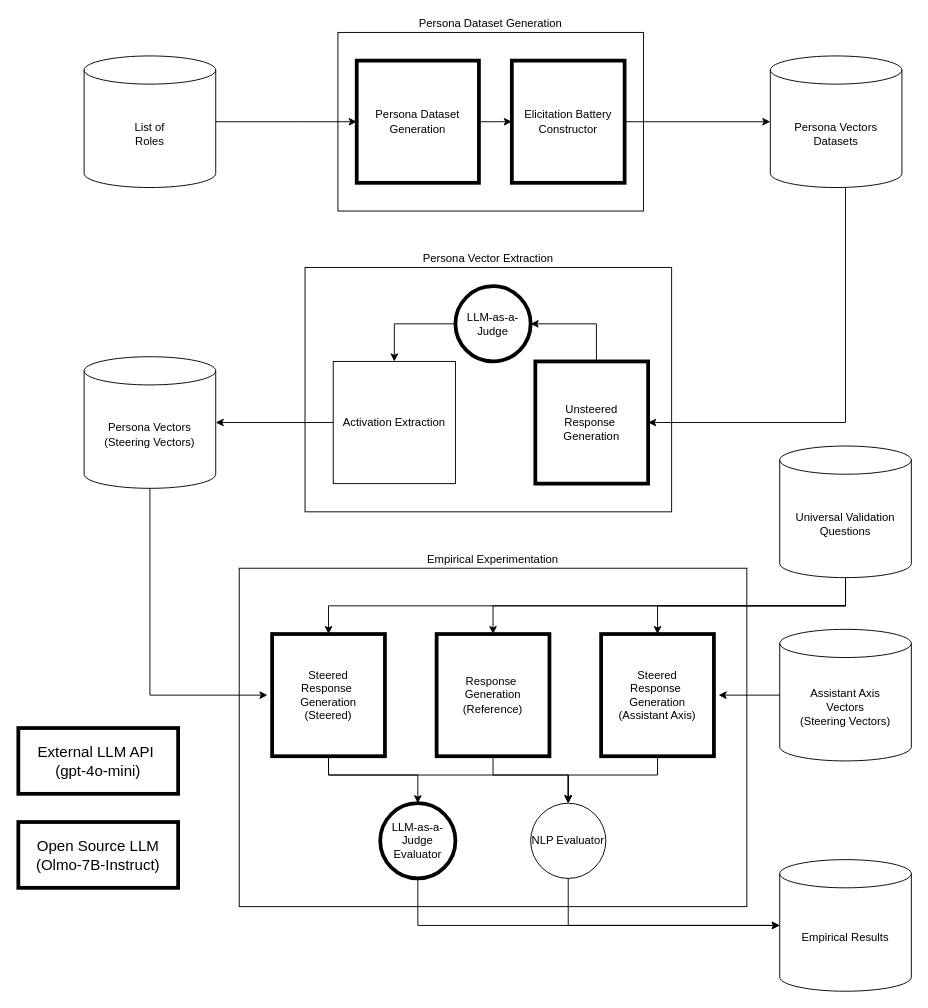
Before: persona_vector_pipeline.drawio in HCAI-Lab-GT/casting-call-vectors, a draw.io diagram. Source tidied: cells renumbered, new cells numbered last; positions are measured from the earlier drawing's top-left corner, leaving out a move shared by most shapes. Both pictures are drawn from the tidied source at 94%, with x=0, y=0 at pixel (18, 32).
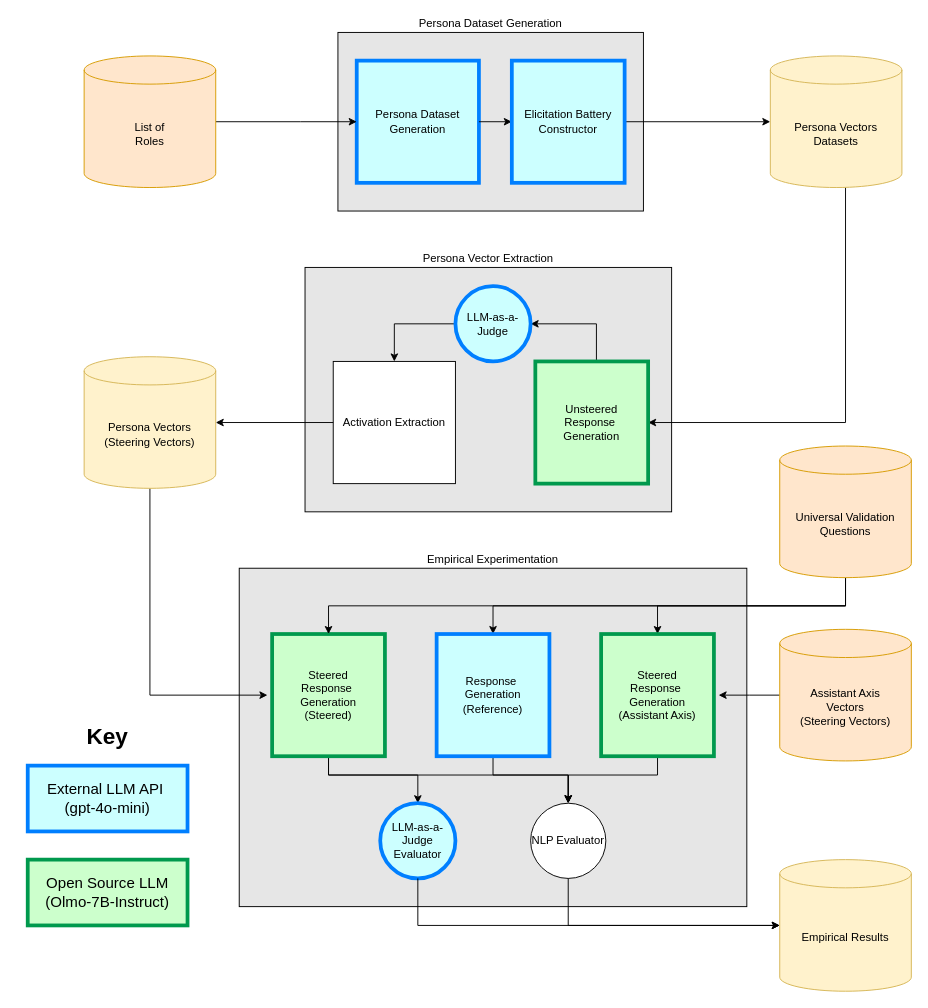
The same page after the edit.

Diff of the diagram source:
```diff
@@
+    <mxCell id="11" value="Persona Vector Extraction" style="rounded=0;whiteSpace=wrap;html=1;fillColor=#E6E6E6;labelPosition=center;verticalLabelPosition=top;align=center;verticalAlign=bottom;" parent="1" vertex="1">
+      <mxGeometry x="305" y="250" width="390" height="260" as="geometry" />
+    </mxCell>
+    <mxCell id="20" value="Empirical Experimentation" style="rounded=0;whiteSpace=wrap;html=1;fillColor=#E6E6E6;labelPosition=center;verticalLabelPosition=top;align=center;verticalAlign=bottom;" parent="1" vertex="1">
+      <mxGeometry x="235" y="570" width="540" height="360" as="geometry" />
+    </mxCell>
-    <mxCell id="2" value="Persona Dataset Generation" style="rounded=0;whiteSpace=wrap;html=1;fillColor=none;labelPosition=center;verticalLabelPosition=top;align=center;verticalAlign=bottom;" parent="1" vertex="1">
+    <mxCell id="2" value="Persona Dataset Generation" style="rounded=0;whiteSpace=wrap;html=1;fillColor=#E6E6E6;labelPosition=center;verticalLabelPosition=top;align=center;verticalAlign=bottom;" parent="1" vertex="1">
       <mxGeometry x="340" width="325" height="190" as="geometry" />
     </mxCell>
-    <mxCell id="3" value="Persona Dataset Generation" style="rounded=0;whiteSpace=wrap;html=1;verticalAlign=middle;labelBackgroundColor=none;strokeWidth=4;strokeColor=light-dark(#000000,#66FFFF);" parent="1" vertex="1">
+    <mxCell id="3" value="Persona Dataset Generation" style="rounded=0;whiteSpace=wrap;html=1;verticalAlign=middle;labelBackgroundColor=none;strokeWidth=4;strokeColor=light-dark(#007FFF,#66FFFF);fillColor=#CCFFFF;" parent="1" vertex="1">
       <mxGeometry x="360" y="30" width="130" height="130" as="geometry" />
     </mxCell>
@@
-    <mxCell id="5" value="&lt;div&gt;List of&lt;/div&gt;&lt;div&gt;Roles&lt;/div&gt;" style="shape=cylinder3;whiteSpace=wrap;html=1;boundedLbl=1;backgroundOutline=1;size=15;" parent="1" vertex="1">
+    <mxCell id="5" value="&lt;div&gt;List of&lt;/div&gt;&lt;div&gt;Roles&lt;/div&gt;" style="shape=cylinder3;whiteSpace=wrap;html=1;boundedLbl=1;backgroundOutline=1;size=15;fillColor=#ffe6cc;strokeColor=#d79b00;" parent="1" vertex="1">
       <mxGeometry x="70" y="25" width="140" height="140" as="geometry" />
     </mxCell>
@@
-    <mxCell id="8" value="&lt;div&gt;Elicitation Battery&lt;/div&gt;&lt;div&gt;Constructor&lt;/div&gt;" style="rounded=0;whiteSpace=wrap;html=1;strokeWidth=4;strokeColor=light-dark(#000000,#66FFFF);" parent="1" vertex="1">
+    <mxCell id="8" value="&lt;div&gt;Elicitation Battery&lt;/div&gt;&lt;div&gt;Constructor&lt;/div&gt;" style="rounded=0;whiteSpace=wrap;html=1;strokeWidth=4;strokeColor=light-dark(#007FFF,#66FFFF);fillColor=#CCFFFF;" parent="1" vertex="1">
       <mxGeometry x="525" y="30" width="120" height="130" as="geometry" />
     </mxCell>
@@
-    <mxCell id="10" value="&lt;div&gt;Persona Vectors&lt;/div&gt;&lt;div&gt;Datasets&lt;/div&gt;" style="shape=cylinder3;whiteSpace=wrap;html=1;boundedLbl=1;backgroundOutline=1;size=15;" parent="1" vertex="1">
+    <mxCell id="10" value="&lt;div&gt;Persona Vectors&lt;/div&gt;&lt;div&gt;Datasets&lt;/div&gt;" style="shape=cylinder3;whiteSpace=wrap;html=1;boundedLbl=1;backgroundOutline=1;size=15;fillColor=#fff2cc;strokeColor=#d6b656;" parent="1" vertex="1">
       <mxGeometry x="800" y="25" width="140" height="140" as="geometry" />
     </mxCell>
-    <mxCell id="11" value="Persona Vector Extraction" style="rounded=0;whiteSpace=wrap;html=1;fillColor=none;labelPosition=center;verticalLabelPosition=top;align=center;verticalAlign=bottom;" parent="1" vertex="1">
-      <mxGeometry x="305" y="250" width="390" height="260" as="geometry" />
-    </mxCell>
@@
-    <mxCell id="14" value="&lt;div&gt;Unsteered&lt;/div&gt;&lt;div&gt;Response&amp;nbsp;&lt;/div&gt;&lt;div&gt;Generation&lt;/div&gt;" style="rounded=0;whiteSpace=wrap;html=1;strokeWidth=4;strokeColor=light-dark(#000000,#66FFB3);" parent="1" vertex="1">
+    <mxCell id="14" value="&lt;div&gt;Unsteered&lt;/div&gt;&lt;div&gt;Response&amp;nbsp;&lt;/div&gt;&lt;div&gt;Generation&lt;/div&gt;" style="rounded=0;whiteSpace=wrap;html=1;strokeWidth=4;strokeColor=light-dark(#00994D,#66FFB3);fillColor=#CCFFCC;" parent="1" vertex="1">
       <mxGeometry x="550" y="350" width="120" height="130" as="geometry" />
     </mxCell>
@@
-    <mxCell id="16" value="&lt;div&gt;Persona Vectors&lt;/div&gt;&lt;div&gt;(Steering Vectors)&lt;/div&gt;" style="shape=cylinder3;whiteSpace=wrap;html=1;boundedLbl=1;backgroundOutline=1;size=15;" parent="1" vertex="1">
+    <mxCell id="16" value="&lt;div&gt;Persona Vectors&lt;/div&gt;&lt;div&gt;(Steering Vectors)&lt;/div&gt;" style="shape=cylinder3;whiteSpace=wrap;html=1;boundedLbl=1;backgroundOutline=1;size=15;fillColor=#fff2cc;strokeColor=#d6b656;" parent="1" vertex="1">
       <mxGeometry x="70" y="345" width="140" height="140" as="geometry" />
     </mxCell>
@@
-    <mxCell id="19" value="&lt;div&gt;Assistant Axis&lt;/div&gt;&lt;div&gt;Vectors&lt;/div&gt;&lt;div&gt;(Steering Vectors)&lt;/div&gt;" style="shape=cylinder3;whiteSpace=wrap;html=1;boundedLbl=1;backgroundOutline=1;size=15;" parent="1" vertex="1">
+    <mxCell id="19" value="&lt;div&gt;Assistant Axis&lt;/div&gt;&lt;div&gt;Vectors&lt;/div&gt;&lt;div&gt;(Steering Vectors)&lt;/div&gt;" style="shape=cylinder3;whiteSpace=wrap;html=1;boundedLbl=1;backgroundOutline=1;size=15;fillColor=#ffe6cc;strokeColor=#d79b00;" parent="1" vertex="1">
       <mxGeometry x="810" y="635" width="140" height="140" as="geometry" />
     </mxCell>
-    <mxCell id="20" value="Empirical Experimentation" style="rounded=0;whiteSpace=wrap;html=1;fillColor=none;labelPosition=center;verticalLabelPosition=top;align=center;verticalAlign=bottom;" parent="1" vertex="1">
-      <mxGeometry x="235" y="570" width="540" height="360" as="geometry" />
-    </mxCell>
@@
-    <mxCell id="23" value="&lt;div&gt;Steered&lt;/div&gt;&lt;div&gt;Response&amp;nbsp;&lt;/div&gt;&lt;div&gt;Generation&lt;/div&gt;&lt;div&gt;(Steered)&lt;/div&gt;" style="rounded=0;whiteSpace=wrap;html=1;strokeWidth=4;strokeColor=light-dark(#000000,#66FFB3);" parent="1" vertex="1">
+    <mxCell id="23" value="&lt;div&gt;Steered&lt;/div&gt;&lt;div&gt;Response&amp;nbsp;&lt;/div&gt;&lt;div&gt;Generation&lt;/div&gt;&lt;div&gt;(Steered)&lt;/div&gt;" style="rounded=0;whiteSpace=wrap;html=1;strokeWidth=4;strokeColor=light-dark(#00994D,#66FFB3);fillColor=#CCFFCC;" parent="1" vertex="1">
       <mxGeometry x="270" y="640" width="120" height="130" as="geometry" />
     </mxCell>
@@
-    <mxCell id="25" value="LLM-as-a-Judge" style="ellipse;whiteSpace=wrap;html=1;strokeWidth=4;strokeColor=light-dark(#000000,#66FFFF);" parent="1" vertex="1">
+    <mxCell id="25" value="LLM-as-a-Judge" style="ellipse;whiteSpace=wrap;html=1;strokeWidth=4;strokeColor=light-dark(#007FFF,#66FFFF);fillColor=#CCFFFF;" parent="1" vertex="1">
       <mxGeometry x="465" y="270" width="80" height="80" as="geometry" />
     </mxCell>
@@
-    <mxCell id="29" value="Universal Validation Questions" style="shape=cylinder3;whiteSpace=wrap;html=1;boundedLbl=1;backgroundOutline=1;size=15;" parent="1" vertex="1">
+    <mxCell id="29" value="Universal Validation Questions" style="shape=cylinder3;whiteSpace=wrap;html=1;boundedLbl=1;backgroundOutline=1;size=15;fillColor=#ffe6cc;strokeColor=#d79b00;" parent="1" vertex="1">
       <mxGeometry x="810" y="440" width="140" height="140" as="geometry" />
     </mxCell>
@@
-    <mxCell id="31" value="&lt;div&gt;Steered&lt;/div&gt;&lt;div&gt;Response&amp;nbsp;&lt;/div&gt;&lt;div&gt;Generation&lt;/div&gt;&lt;div&gt;(Assistant Axis)&lt;/div&gt;" style="rounded=0;whiteSpace=wrap;html=1;strokeWidth=4;strokeColor=light-dark(#000000,#66FFB3);" parent="1" vertex="1">
+    <mxCell id="31" value="&lt;div&gt;Steered&lt;/div&gt;&lt;div&gt;Response&amp;nbsp;&lt;/div&gt;&lt;div&gt;Generation&lt;/div&gt;&lt;div&gt;(Assistant Axis)&lt;/div&gt;" style="rounded=0;whiteSpace=wrap;html=1;strokeWidth=4;strokeColor=light-dark(#00994D,#66FFB3);fillColor=#CCFFCC;" parent="1" vertex="1">
       <mxGeometry x="620" y="640" width="120" height="130" as="geometry" />
     </mxCell>
@@
-    <mxCell id="33" value="&lt;div&gt;Response&amp;nbsp;&lt;/div&gt;&lt;div&gt;Generation&lt;/div&gt;&lt;div&gt;(Reference)&lt;/div&gt;" style="rounded=0;whiteSpace=wrap;html=1;strokeWidth=4;strokeColor=light-dark(#000000,#66FFFF);" parent="1" vertex="1">
+    <mxCell id="33" value="&lt;div&gt;Response&amp;nbsp;&lt;/div&gt;&lt;div&gt;Generation&lt;/div&gt;&lt;div&gt;(Reference)&lt;/div&gt;" style="rounded=0;whiteSpace=wrap;html=1;strokeWidth=4;strokeColor=light-dark(#007FFF,#66FFFF);fillColor=#CCFFFF;" parent="1" vertex="1">
       <mxGeometry x="445" y="640" width="120" height="130" as="geometry" />
     </mxCell>
-    <mxCell id="34" value="&lt;div&gt;LLM-as-a-Judge&lt;/div&gt;&lt;div&gt;Evaluator&lt;/div&gt;" style="ellipse;whiteSpace=wrap;html=1;strokeWidth=4;strokeColor=light-dark(#000000,#66FFFF);" parent="1" vertex="1">
+    <mxCell id="34" value="&lt;div&gt;LLM-as-a-Judge&lt;/div&gt;&lt;div&gt;Evaluator&lt;/div&gt;" style="ellipse;whiteSpace=wrap;html=1;strokeWidth=4;strokeColor=light-dark(#007FFF,#66FFFF);fillColor=#CCFFFF;" parent="1" vertex="1">
       <mxGeometry x="385" y="820" width="80" height="80" as="geometry" />
     </mxCell>
@@
-    <mxCell id="36" value="Empirical Results" style="shape=cylinder3;whiteSpace=wrap;html=1;boundedLbl=1;backgroundOutline=1;size=15;" parent="1" vertex="1">
+    <mxCell id="36" value="Empirical Results" style="shape=cylinder3;whiteSpace=wrap;html=1;boundedLbl=1;backgroundOutline=1;size=15;fillColor=#fff2cc;strokeColor=#d6b656;" parent="1" vertex="1">
       <mxGeometry x="810" y="880" width="140" height="140" as="geometry" />
     </mxCell>
@@
-    <mxCell id="38" value="&lt;div&gt;External LLM API&amp;nbsp;&lt;/div&gt;&lt;div&gt;(gpt-4o-mini)&lt;/div&gt;" style="rounded=0;whiteSpace=wrap;html=1;strokeWidth=4;strokeColor=light-dark(#000000,#66FFFF);fontSize=16;" parent="1" vertex="1">
-      <mxGeometry y="740" width="170" height="70" as="geometry" />
+    <mxCell id="38" value="&lt;div&gt;External LLM API&amp;nbsp;&lt;/div&gt;&lt;div&gt;(gpt-4o-mini)&lt;/div&gt;" style="rounded=0;whiteSpace=wrap;html=1;strokeWidth=4;strokeColor=light-dark(#007FFF,#66FFFF);fontSize=16;fillColor=#CCFFFF;" parent="1" vertex="1">
+      <mxGeometry x="10" y="780" width="170" height="70" as="geometry" />
     </mxCell>
-    <mxCell id="39" value="&lt;div&gt;Open Source LLM&lt;/div&gt;&lt;div&gt;(Olmo-7B-Instruct)&lt;/div&gt;" style="rounded=0;whiteSpace=wrap;html=1;strokeWidth=4;strokeColor=light-dark(#000000,#66FFB3);fontSize=16;" parent="1" vertex="1">
-      <mxGeometry y="840" width="170" height="70" as="geometry" />
+    <mxCell id="39" value="&lt;div&gt;Open Source LLM&lt;/div&gt;&lt;div&gt;(Olmo-7B-Instruct)&lt;/div&gt;" style="rounded=0;whiteSpace=wrap;html=1;strokeWidth=4;strokeColor=light-dark(#00994D,#66FFB3);fontSize=16;fillColor=#CCFFCC;" parent="1" vertex="1">
+      <mxGeometry x="10" y="880" width="170" height="70" as="geometry" />
     </mxCell>
@@
+    <mxCell id="42" value="&lt;h2&gt;&lt;font style=&quot;font-size: 24px;&quot;&gt;Key&lt;/font&gt;&lt;/h2&gt;" style="text;html=1;whiteSpace=wrap;strokeColor=none;fillColor=none;align=center;verticalAlign=middle;rounded=0;" parent="1" vertex="1">
+      <mxGeometry x="65" y="735" width="60" height="30" as="geometry" />
+    </mxCell>
```
